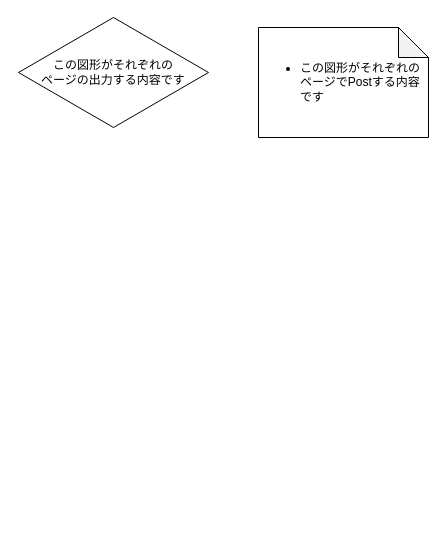
The draw.io diagram page "注意事項" (1 of 8) of Designs/要件定義.drawio in yusuke-rakus/Qiish, before the edit. Source tidied: cells renumbered, new cells numbered last; positions are measured from the earlier drawing's top-left corner, leaving out a move shared by most shapes. Both pictures are drawn from the tidied source at 100%, with x=0, y=0 at pixel (18, 17).
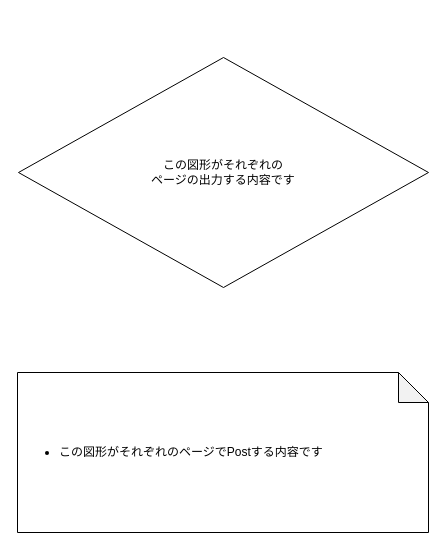
The same diagram, later.

Commit message:
要件定義書の修正

Change to the diagram source:
```diff
@@
 <mxGraphModel>
   <root>
     <mxCell id="0" />
     <mxCell id="1" parent="0" />
-    <mxCell id="2" style="group;" parent="1" vertex="1">
-      <mxGeometry width="410" height="120" as="geometry" />
-    </mxCell>
+    <mxCell id="5" style="group;" parent="1" vertex="1">
+      <mxGeometry x="-1" y="40" width="411" height="475" as="geometry" />
+    </mxCell>
-    <mxCell id="3" value="この図形がそれぞれの&lt;br&gt;ページの出力する内容です" style="rhombus;whiteSpace=wrap;html=1;" parent="2" vertex="1">
-      <mxGeometry width="190" height="110" as="geometry" />
+    <mxCell id="3" value="この図形がそれぞれの&lt;br&gt;ページの出力する内容です" style="rhombus;whiteSpace=wrap;html=1;" parent="5" vertex="1">
+      <mxGeometry x="1" width="410" height="230" as="geometry" />
     </mxCell>
-    <mxCell id="4" value="&lt;ul&gt;&lt;li&gt;この図形がそれぞれのページでPostする内容です&lt;/li&gt;&lt;/ul&gt;" style="shape=note;whiteSpace=wrap;html=1;backgroundOutline=1;darkOpacity=0.05;align=left;" parent="2" vertex="1">
-      <mxGeometry x="240" y="10" width="170" height="110" as="geometry" />
+    <mxCell id="4" value="&lt;ul&gt;&lt;li&gt;この図形がそれぞれのページでPostする内容です&lt;/li&gt;&lt;/ul&gt;" style="shape=note;whiteSpace=wrap;html=1;backgroundOutline=1;darkOpacity=0.05;align=left;" parent="5" vertex="1">
+      <mxGeometry y="315" width="411" height="160" as="geometry" />
     </mxCell>
   </root>
 </mxGraphModel>
```
